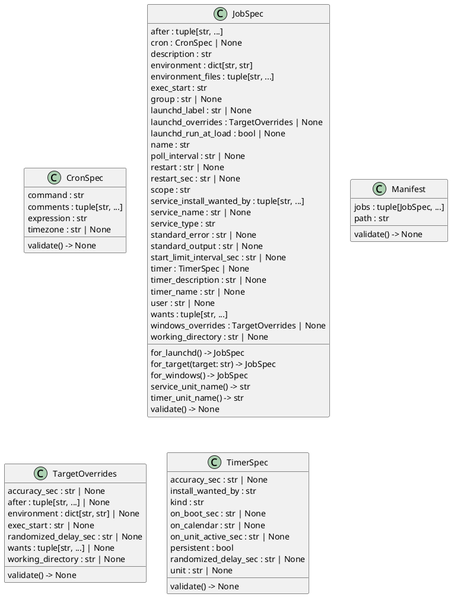
This is docs/diagrams/python-classes.puml.png from casonk/clockwork, a PlantUML export, as it was before one commit.
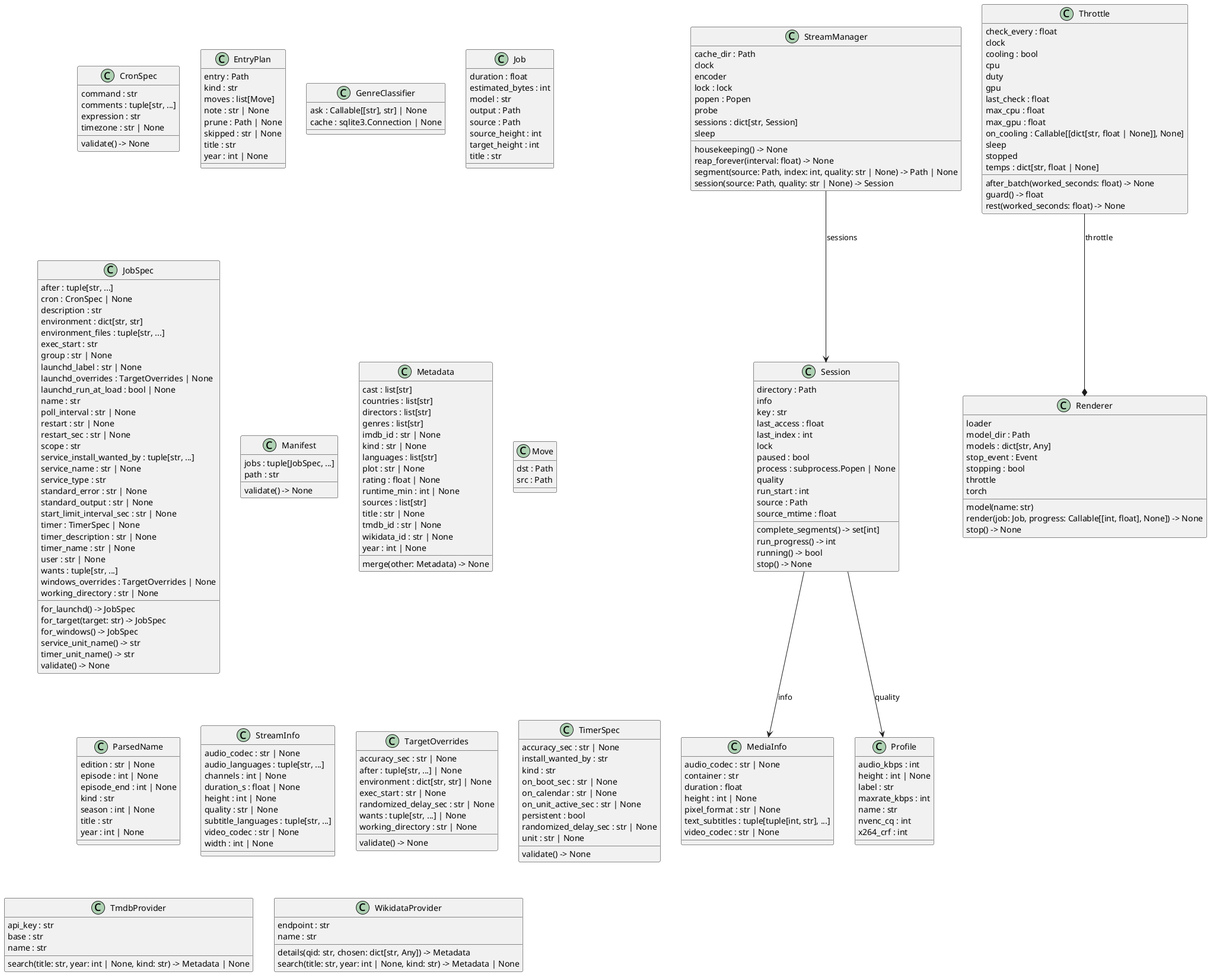
After the change.

Commit message:
docs: refresh Python architecture diagrams

What changed in the source:
```diff
@@ -6,6 +6,30 @@
   expression : str
   timezone : str | None
   validate() -> None
+}
+class "EntryPlan" as web.media_library.EntryPlan {
+  entry : Path
+  kind : str
+  moves : list[Move]
+  note : str | None
+  prune : Path | None
+  skipped : str | None
+  title : str
+  year : int | None
+}
+class "GenreClassifier" as web.media_library.GenreClassifier {
+  ask : Callable[[str], str] | None
+  cache : sqlite3.Connection | None
+}
+class "Job" as web.upscale.Job {
+  duration : float
+  estimated_bytes : int
+  model : str
+  output : Path
+  source : Path
+  source_height : int
+  target_height : int
+  title : str
 }
 class "JobSpec" as src.clockwork.model.JobSpec {
   after : tuple[str, ...]
@@ -48,6 +72,110 @@
   path : str
   validate() -> None
 }
+class "MediaInfo" as web.streaming.MediaInfo {
+  audio_codec : str | None
+  container : str
+  duration : float
+  height : int | None
+  pixel_format : str | None
+  text_subtitles : tuple[tuple[int, str], ...]
+  video_codec : str | None
+}
+class "Metadata" as web.media_library.Metadata {
+  cast : list[str]
+  countries : list[str]
+  directors : list[str]
+  genres : list[str]
+  imdb_id : str | None
+  kind : str | None
+  languages : list[str]
+  plot : str | None
+  rating : float | None
+  runtime_min : int | None
+  sources : list[str]
+  title : str | None
+  tmdb_id : str | None
+  wikidata_id : str | None
+  year : int | None
+  merge(other: Metadata) -> None
+}
+class "Move" as web.media_library.Move {
+  dst : Path
+  src : Path
+}
+class "ParsedName" as web.media_library.ParsedName {
+  edition : str | None
+  episode : int | None
+  episode_end : int | None
+  kind : str
+  season : int | None
+  title : str
+  year : int | None
+}
+class "Profile" as web.streaming.Profile {
+  audio_kbps : int
+  height : int | None
+  label : str
+  maxrate_kbps : int
+  name : str
+  nvenc_cq : int
+  x264_crf : int
+}
+class "Renderer" as web.upscale.Renderer {
+  loader
+  model_dir : Path
+  models : dict[str, Any]
+  stop_event : Event
+  stopping : bool
+  throttle
+  torch
+  model(name: str)
+  render(job: Job, progress: Callable[[int, float], None]) -> None
+  stop() -> None
+}
+class "Session" as web.streaming.Session {
+  directory : Path
+  info
+  key : str
+  last_access : float
+  last_index : int
+  lock
+  paused : bool
+  process : subprocess.Popen | None
+  quality
+  run_start : int
+  source : Path
+  source_mtime : float
+  complete_segments() -> set[int]
+  run_progress() -> int
+  running() -> bool
+  stop() -> None
+}
+class "StreamInfo" as web.media_library.StreamInfo {
+  audio_codec : str | None
+  audio_languages : tuple[str, ...]
+  channels : int | None
+  duration_s : float | None
+  height : int | None
+  quality : str | None
+  subtitle_languages : tuple[str, ...]
+  video_codec : str | None
+  width : int | None
+}
+class "StreamManager" as web.streaming.StreamManager {
+  cache_dir : Path
+  clock
+  encoder
+  lock : lock
+  popen : Popen
+  probe
+  sessions : dict[str, Session]
+  sleep
+  housekeeping() -> None
+  reap_forever(interval: float) -> None
+  segment(source: Path, index: int, quality: str | None) -> Path | None
+  session(source: Path, quality: str | None) -> Session
+}
 class "TargetOverrides" as src.clockwork.model.TargetOverrides {
   accuracy_sec : str | None
   after : tuple[str, ...] | None
@@ -57,6 +185,24 @@
   wants : tuple[str, ...] | None
   working_directory : str | None
   validate() -> None
+}
+class "Throttle" as web.upscale.Throttle {
+  check_every : float
+  clock
+  cooling : bool
+  cpu
+  duty
+  gpu
+  last_check : float
+  max_cpu : float
+  max_gpu : float
+  on_cooling : Callable[[dict[str, float | None]], None]
+  sleep
+  stopped
+  temps : dict[str, float | None]
+  after_batch(worked_seconds: float) -> None
+  guard() -> float
+  rest(worked_seconds: float) -> None
 }
 class "TimerSpec" as src.clockwork.model.TimerSpec {
   accuracy_sec : str | None
@@ -70,4 +216,20 @@
   unit : str | None
   validate() -> None
 }
+class "TmdbProvider" as web.media_library.TmdbProvider {
+  api_key : str
+  base : str
+  name : str
+  search(title: str, year: int | None, kind: str) -> Metadata | None
+}
+class "WikidataProvider" as web.media_library.WikidataProvider {
+  endpoint : str
+  name : str
+  details(qid: str, chosen: dict[str, Any]) -> Metadata
+  search(title: str, year: int | None, kind: str) -> Metadata | None
+}
+web.streaming.Session --> web.streaming.MediaInfo : info
+web.streaming.Session --> web.streaming.Profile : quality
+web.streaming.StreamManager --> web.streaming.Session : sessions
+web.upscale.Throttle --* web.upscale.Renderer : throttle
 @enduml
```
